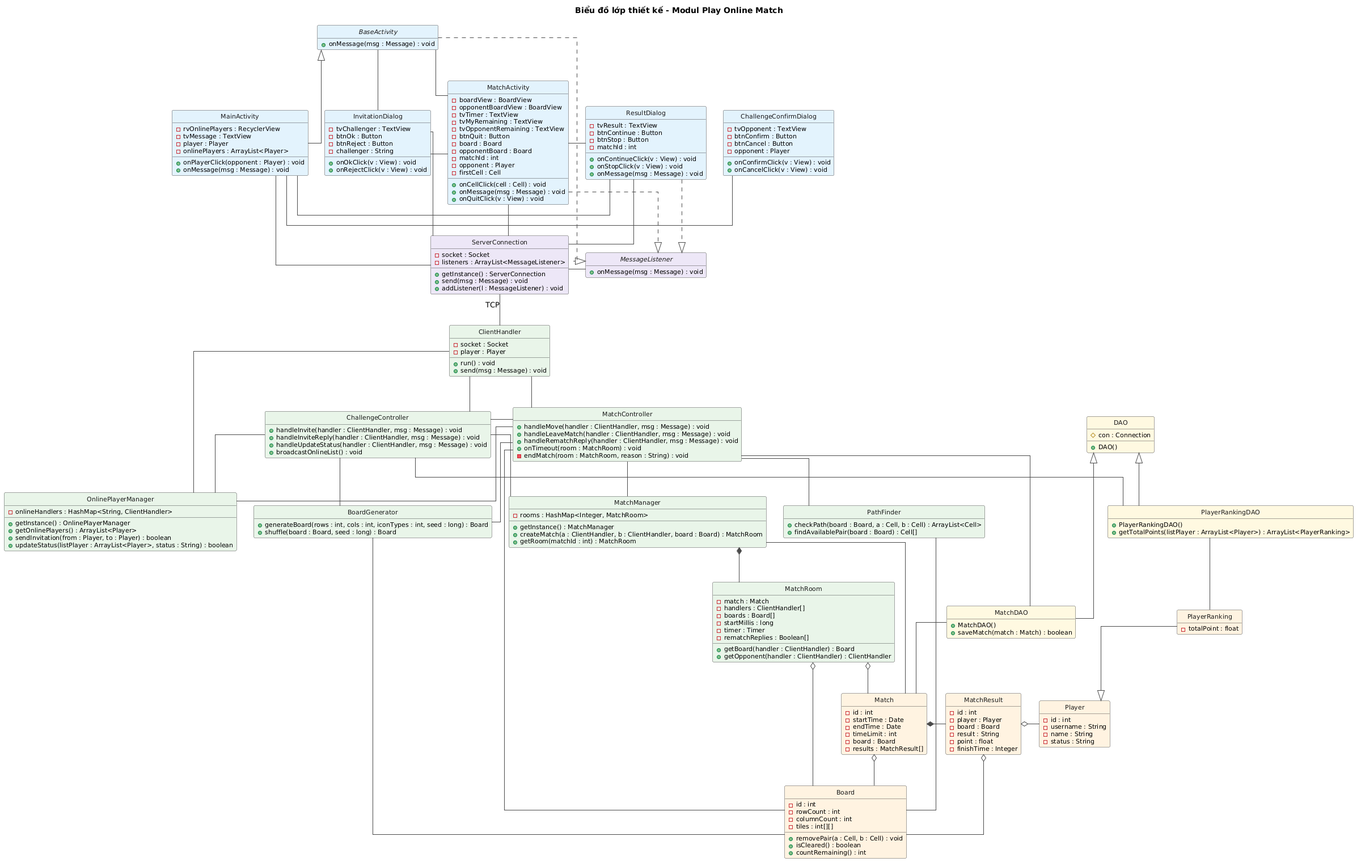
The PlantUML diagram docs/uml/pha3/class-design-m3.png in VattenL/mobile-pikachu, before a commit.
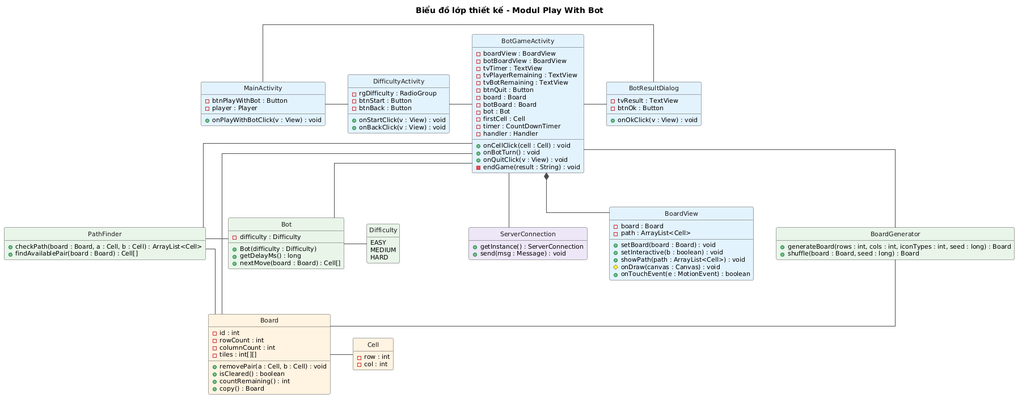
After the change.

What changed in the source:
```diff
@@ -1,12 +1,12 @@
 @startuml
-title Biểu đồ lớp thiết kế - Modul Play Online Match
+title Biểu đồ lớp thiết kế - Modul Play With Bot
 
 hide circle
 hide empty members
 skinparam shadowing false
 skinparam linetype ortho
-skinparam nodesep 30
-skinparam ranksep 55
+skinparam nodesep 40
+skinparam ranksep 60
 skinparam classFontSize 13
 skinparam classAttributeFontSize 11
 skinparam class {
@@ -15,122 +15,58 @@
   FontColor #1A1A1A
 }
 
-class ChallengeConfirmDialog #E3F2FD {
-  - tvOpponent : TextView
-  - btnConfirm : Button
-  - btnCancel : Button
-  - opponent : Player
-  + onConfirmClick(v : View) : void
-  + onCancelClick(v : View) : void
+class MainActivity #E3F2FD {
+  - btnPlayWithBot : Button
+  - player : Player
+  + onPlayWithBotClick(v : View) : void
 }
 
-abstract class BaseActivity #E3F2FD {
-  + onMessage(msg : Message) : void
+class DifficultyActivity #E3F2FD {
+  - rgDifficulty : RadioGroup
+  - btnStart : Button
+  - btnBack : Button
+  + onStartClick(v : View) : void
+  + onBackClick(v : View) : void
 }
 
-class MainActivity #E3F2FD {
-  - rvOnlinePlayers : RecyclerView
-  - tvMessage : TextView
-  - player : Player
-  - onlinePlayers : ArrayList<Player>
-  + onPlayerClick(opponent : Player) : void
-  + onMessage(msg : Message) : void
+class BotGameActivity #E3F2FD {
+  - boardView : BoardView
+  - botBoardView : BoardView
+  - tvTimer : TextView
+  - tvPlayerRemaining : TextView
+  - tvBotRemaining : TextView
+  - btnQuit : Button
+  - board : Board
+  - botBoard : Board
+  - bot : Bot
+  - firstCell : Cell
+  - timer : CountDownTimer
+  - handler : Handler
+  + onCellClick(cell : Cell) : void
+  + onBotTurn() : void
+  + onQuitClick(v : View) : void
+  - endGame(result : String) : void
 }
 
-class InvitationDialog #E3F2FD {
-  - tvChallenger : TextView
+class BotResultDialog #E3F2FD {
+  - tvResult : TextView
   - btnOk : Button
-  - btnReject : Button
-  - challenger : String
   + onOkClick(v : View) : void
-  + onRejectClick(v : View) : void
-}
-
-class MatchActivity #E3F2FD {
-  - boardView : BoardView
-  - opponentBoardView : BoardView
-  - tvTimer : TextView
-  - tvMyRemaining : TextView
-  - tvOpponentRemaining : TextView
-  - btnQuit : Button
-  - board : Board
-  - opponentBoard : Board
-  - matchId : int
-  - opponent : Player
-  - firstCell : Cell
-  + onCellClick(cell : Cell) : void
-  + onMessage(msg : Message) : void
-  + onQuitClick(v : View) : void
-}
-
-class ResultDialog #E3F2FD {
-  - tvResult : TextView
-  - btnContinue : Button
-  - btnStop : Button
-  - matchId : int
-  + onContinueClick(v : View) : void
-  + onStopClick(v : View) : void
-  + onMessage(msg : Message) : void
 }
 
 class ServerConnection #EDE7F6 {
-  - socket : Socket
-  - listeners : ArrayList<MessageListener>
   + getInstance() : ServerConnection
-  + send(msg : Message) : void
-  + addListener(l : MessageListener) : void
-}
-
-interface MessageListener #EDE7F6 {
-  + onMessage(msg : Message) : void
-}
-
-class ClientHandler #E8F5E9 {
-  - socket : Socket
-  - player : Player
-  + run() : void
   + send(msg : Message) : void
 }
 
-class ChallengeController #E8F5E9 {
-  + handleInvite(handler : ClientHandler, msg : Message) : void
-  + handleInviteReply(handler : ClientHandler, msg : Message) : void
-  + handleUpdateStatus(handler : ClientHandler, msg : Message) : void
-  + broadcastOnlineList() : void
-}
-
-class MatchController #E8F5E9 {
-  + handleMove(handler : ClientHandler, msg : Message) : void
-  + handleLeaveMatch(handler : ClientHandler, msg : Message) : void
-  + handleRematchReply(handler : ClientHandler, msg : Message) : void
-  + onTimeout(room : MatchRoom) : void
-  - endMatch(room : MatchRoom, reason : String) : void
-}
-
-class OnlinePlayerManager #E8F5E9 {
-  - onlineHandlers : HashMap<String, ClientHandler>
-  + getInstance() : OnlinePlayerManager
-  + getOnlinePlayers() : ArrayList<Player>
-  + sendInvitation(from : Player, to : Player) : boolean
-  + updateStatus(listPlayer : ArrayList<Player>, status : String) : boolean
-}
-
-class MatchManager #E8F5E9 {
-  - rooms : HashMap<Integer, MatchRoom>
-  + getInstance() : MatchManager
-  + createMatch(a : ClientHandler, b : ClientHandler, board : Board) : MatchRoom
-  + getRoom(matchId : int) : MatchRoom
-}
-
-class MatchRoom #E8F5E9 {
-  - match : Match
-  - handlers : ClientHandler[]
-  - boards : Board[]
-  - startMillis : long
-  - timer : Timer
-  - rematchReplies : Boolean[]
-  + getBoard(handler : ClientHandler) : Board
-  + getOpponent(handler : ClientHandler) : ClientHandler
+class BoardView #E3F2FD {
+  - board : Board
+  - path : ArrayList<Cell>
+  + setBoard(board : Board) : void
+  + setInteractive(b : boolean) : void
+  + showPath(path : ArrayList<Cell>) : void
+  # onDraw(canvas : Canvas) : void
+  + onTouchEvent(e : MotionEvent) : boolean
 }
 
 class BoardGenerator #E8F5E9 {
@@ -143,48 +79,17 @@
   + findAvailablePair(board : Board) : Cell[]
 }
 
-class DAO #FFF8E1 {
-  # con : Connection
-  + DAO()
+class Bot #E8F5E9 {
+  - difficulty : Difficulty
+  + Bot(difficulty : Difficulty)
+  + getDelayMs() : long
+  + nextMove(board : Board) : Cell[]
 }
 
-class MatchDAO #FFF8E1 {
-  + MatchDAO()
-  + saveMatch(match : Match) : boolean
-}
-
-class PlayerRankingDAO #FFF8E1 {
-  + PlayerRankingDAO()
-  + getTotalPoints(listPlayer : ArrayList<Player>) : ArrayList<PlayerRanking>
-}
-
-class Player #FFF3E0 {
-  - id : int
-  - username : String
-  - name : String
-  - status : String
-}
-
-class PlayerRanking #FFF3E0 {
-  - totalPoint : float
-}
-
-class Match #FFF3E0 {
-  - id : int
-  - startTime : Date
-  - endTime : Date
-  - timeLimit : int
-  - board : Board
-  - results : MatchResult[]
-}
-
-class MatchResult #FFF3E0 {
-  - id : int
-  - player : Player
-  - board : Board
-  - result : String
-  - point : float
-  - finishTime : Integer
+enum Difficulty #E8F5E9 {
+  EASY
+  MEDIUM
+  HARD
 }
 
 class Board #FFF3E0 {
@@ -195,55 +100,29 @@
   + removePair(a : Cell, b : Cell) : void
   + isCleared() : boolean
   + countRemaining() : int
+  + copy() : Board
 }
 
-MainActivity -left- ChallengeConfirmDialog
-BaseActivity -right- InvitationDialog
-InvitationDialog -right- MatchActivity
-MatchActivity -right- ResultDialog
-ResultDialog -[norank]- MainActivity
-MainActivity -up-|> BaseActivity
-BaseActivity ..|> MessageListener
-MatchActivity ..|> MessageListener
-ResultDialog ..|> MessageListener
-BaseActivity -[norank]- MatchActivity
+class Cell #FFF3E0 {
+  - row : int
+  - col : int
+}
 
-MainActivity -down- ServerConnection
-InvitationDialog -down- ServerConnection
-MatchActivity -down- ServerConnection
-ResultDialog -down- ServerConnection
-ServerConnection -right- MessageListener
+MainActivity -right- DifficultyActivity
+DifficultyActivity -right- BotGameActivity
+BotGameActivity -right- BotResultDialog
+BotResultDialog -[norank]- MainActivity
+BotGameActivity *-down- BoardView
+BotGameActivity -down- ServerConnection
 
-ServerConnection -down- ClientHandler : TCP
-ClientHandler -down- ChallengeController
-ClientHandler -down- MatchController
-ChallengeController -down- OnlinePlayerManager
-ChallengeController -down- MatchManager
-ChallengeController -down- BoardGenerator
-MatchController -down- MatchManager
-MatchController -down- PathFinder
-MatchController -down- BoardGenerator
-MatchController -[norank]- OnlinePlayerManager
-MatchController -[norank]- ChallengeController
-OnlinePlayerManager -[norank]- ClientHandler
-MatchController -[norank]- Board
-MatchManager -[norank]- Match
-BoardGenerator -[norank]- Board
-MatchManager *-down- MatchRoom
+BotGameActivity -down- BoardGenerator
+BotGameActivity -down- PathFinder
+BotGameActivity -down- Bot
+Bot -right- Difficulty
+Bot -left- PathFinder
 
-ChallengeController -[norank]- PlayerRankingDAO
-MatchController -[norank]- MatchDAO
-DAO <|-down- MatchDAO
-DAO <|-down- PlayerRankingDAO
-
-MatchDAO -down- Match
-PlayerRankingDAO -down- PlayerRanking
-MatchRoom o-down- Match
-MatchRoom o-down- Board
-Match *-right- MatchResult
-MatchResult o-right- Player
-PlayerRanking -down-|> Player
-Match o-down- Board
-MatchResult o-[norank]- Board
-PathFinder -[norank]- Board
+BoardGenerator -down- Board
+PathFinder -down- Board
+BotGameActivity -[norank]- Board
+Board -right- Cell
 @enduml
```
